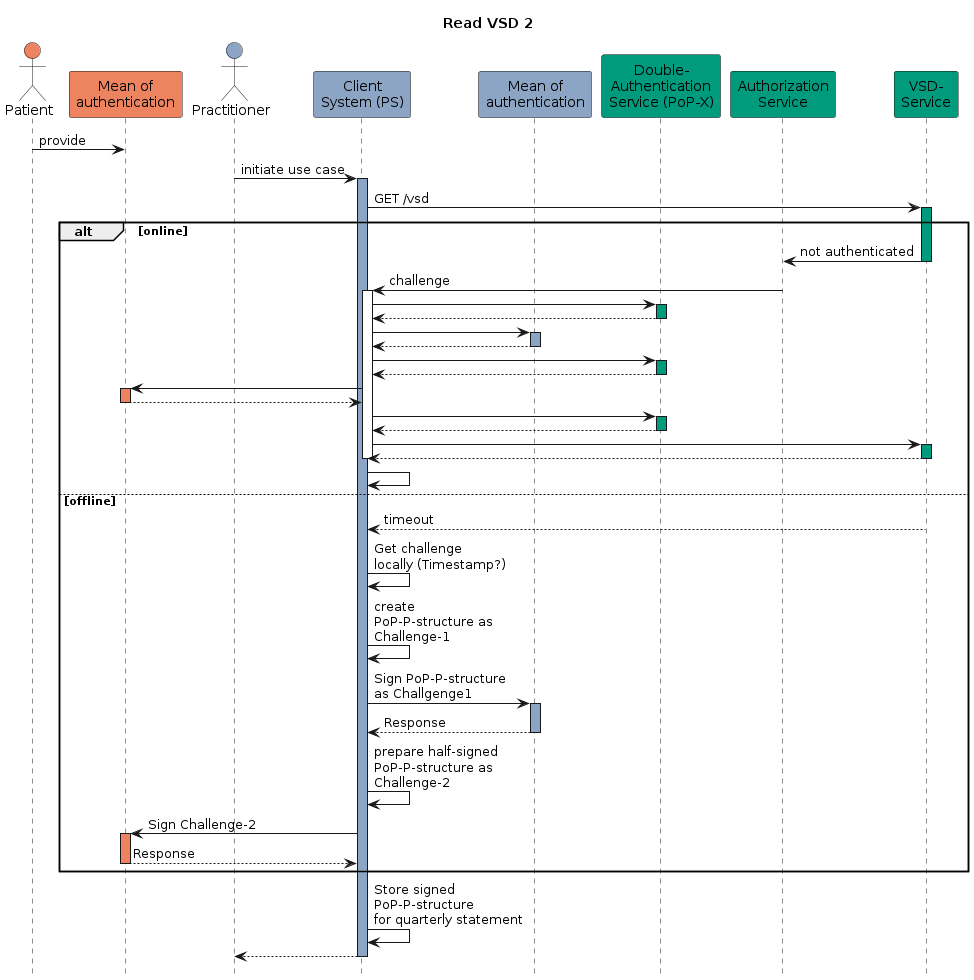
The PlantUML diagram images/read_vsd2.png in gematik/spec-VSDM2, before a commit. Its diagram source:
```plantuml
@startuml read_vsd2
hide footbox
title Read VSD 2
actor Pat as "Patient" #ee8360
participant AUTH1 as "Mean of\nauthentication" #ee8360
actor Pract as "Practitioner" #8da5c4
participant PS as "Client\nSystem (PS)" #8da5c4
participant AUTH2 as "Mean of\nauthentication" #8da5c4
participant AUTHN as "Double-\nAuthentication\nService (PoP-X)" #009a7c
participant AUTHZ as "Authorization\nService" #009a7c
participant VSD as "VSD-\nService" #009a7c

Pat -> AUTH1: provide

Pract -> PS: initiate use case
activate PS #8da5c4
PS -> VSD: GET /vsd
activate VSD #009a7c

alt online
    VSD -> AUTHZ: not authenticated
    deactivate VSD
    AUTHZ -> PS: challenge
    activate PS
    PS -> AUTHN
    activate AUTHN #009a7c
    AUTHN --> PS
    deactivate AUTHN
    PS -> AUTH2:
    activate AUTH2 #8da5c4
    AUTH2 --> PS:
    deactivate AUTH2
    PS -> AUTHN
    activate AUTHN #009a7c
    AUTHN --> PS
    deactivate AUTHN
    PS -> AUTH1:
    activate AUTH1 #ee8360
    AUTH1 --> PS:
    deactivate AUTH1
    PS -> AUTHN
    activate AUTHN #009a7c
    AUTHN --> PS
    deactivate AUTHN
    PS -> VSD
    activate VSD #009a7c
    VSD --> PS
    deactivate VSD
    deactivate PS
    PS -> PS
else offline
    VSD --> PS: timeout
    PS -> PS: Get challenge\nlocally (Timestamp?)
    PS -> PS: create\nPoP-P-structure as\nChallenge-1
    PS -> AUTH2: Sign PoP-P-structure\nas Challgenge1
    activate AUTH2 #8da5c4
    AUTH2 --> PS: Response
    deactivate AUTH2
    PS -> PS: prepare half-signed\nPoP-P-structure as\nChallenge-2
    PS -> AUTH1: Sign Challenge-2
    activate AUTH1 #ee8360
    AUTH1 --> PS: Response
    deactivate AUTH1
end
    PS -> PS: Store signed\nPoP-P-structure\nfor quarterly statement

PS --> Pract
deactivate PS
@enduml
```
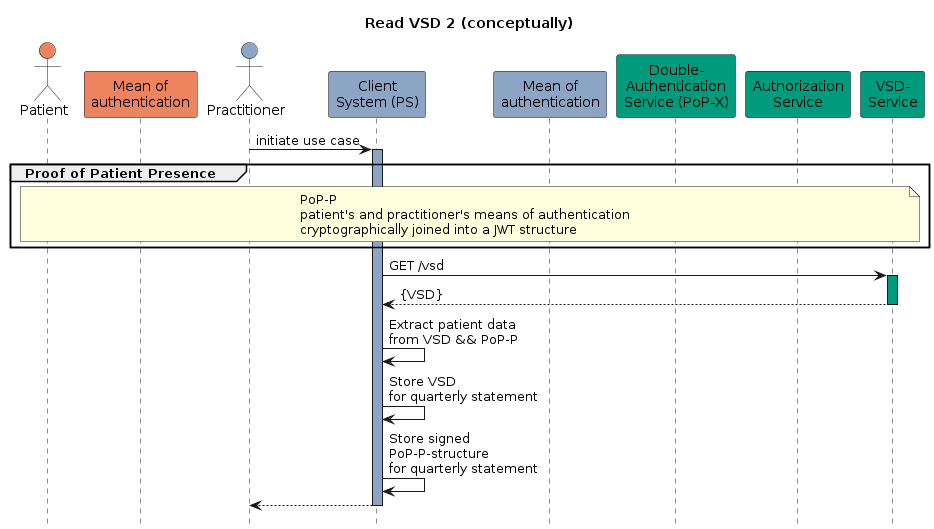
The same diagram one commit later.

Commit message:
concept phase

Change to the diagram source:
```diff
@@ -1,6 +1,6 @@
 @startuml read_vsd2
 hide footbox
-title Read VSD 2
+title Read VSD 2 (conceptually)
 actor Pat as "Patient" #ee8360
 participant AUTH1 as "Mean of\nauthentication" #ee8360
 actor Pract as "Practitioner" #8da5c4
@@ -10,60 +10,25 @@
 participant AUTHZ as "Authorization\nService" #009a7c
 participant VSD as "VSD-\nService" #009a7c
 
-Pat -> AUTH1: provide
 
 Pract -> PS: initiate use case
 activate PS #8da5c4
+
+group Proof of Patient Presence
+    note over Pat, VSD: PoP-P\npatient's and practitioner's means of authentication\ncryptographically joined into a JWT structure
+end
+
+
 PS -> VSD: GET /vsd
 activate VSD #009a7c
+VSD --> PS: {VSD}
+deactivate VSD
 
-alt online
-    VSD -> AUTHZ: not authenticated
-    deactivate VSD
-    AUTHZ -> PS: challenge
-    activate PS
-    PS -> AUTHN
-    activate AUTHN #009a7c
-    AUTHN --> PS
-    deactivate AUTHN
-    PS -> AUTH2:
-    activate AUTH2 #8da5c4
-    AUTH2 --> PS:
-    deactivate AUTH2
-    PS -> AUTHN
-    activate AUTHN #009a7c
-    AUTHN --> PS
-    deactivate AUTHN
-    PS -> AUTH1:
-    activate AUTH1 #ee8360
-    AUTH1 --> PS:
-    deactivate AUTH1
-    PS -> AUTHN
-    activate AUTHN #009a7c
-    AUTHN --> PS
-    deactivate AUTHN
-    PS -> VSD
-    activate VSD #009a7c
-    VSD --> PS
-    deactivate VSD
-    deactivate PS
-    PS -> PS
-else offline
-    VSD --> PS: timeout
-    PS -> PS: Get challenge\nlocally (Timestamp?)
-    PS -> PS: create\nPoP-P-structure as\nChallenge-1
-    PS -> AUTH2: Sign PoP-P-structure\nas Challgenge1
-    activate AUTH2 #8da5c4
-    AUTH2 --> PS: Response
-    deactivate AUTH2
-    PS -> PS: prepare half-signed\nPoP-P-structure as\nChallenge-2
-    PS -> AUTH1: Sign Challenge-2
-    activate AUTH1 #ee8360
-    AUTH1 --> PS: Response
-    deactivate AUTH1
-end
-    PS -> PS: Store signed\nPoP-P-structure\nfor quarterly statement
+PS -> PS: Extract patient data\nfrom VSD && PoP-P
+PS -> PS: Store VSD\nfor quarterly statement
+PS -> PS: Store signed\nPoP-P-structure\nfor quarterly statement
 
 PS --> Pract
 deactivate PS
+
 @enduml
```
